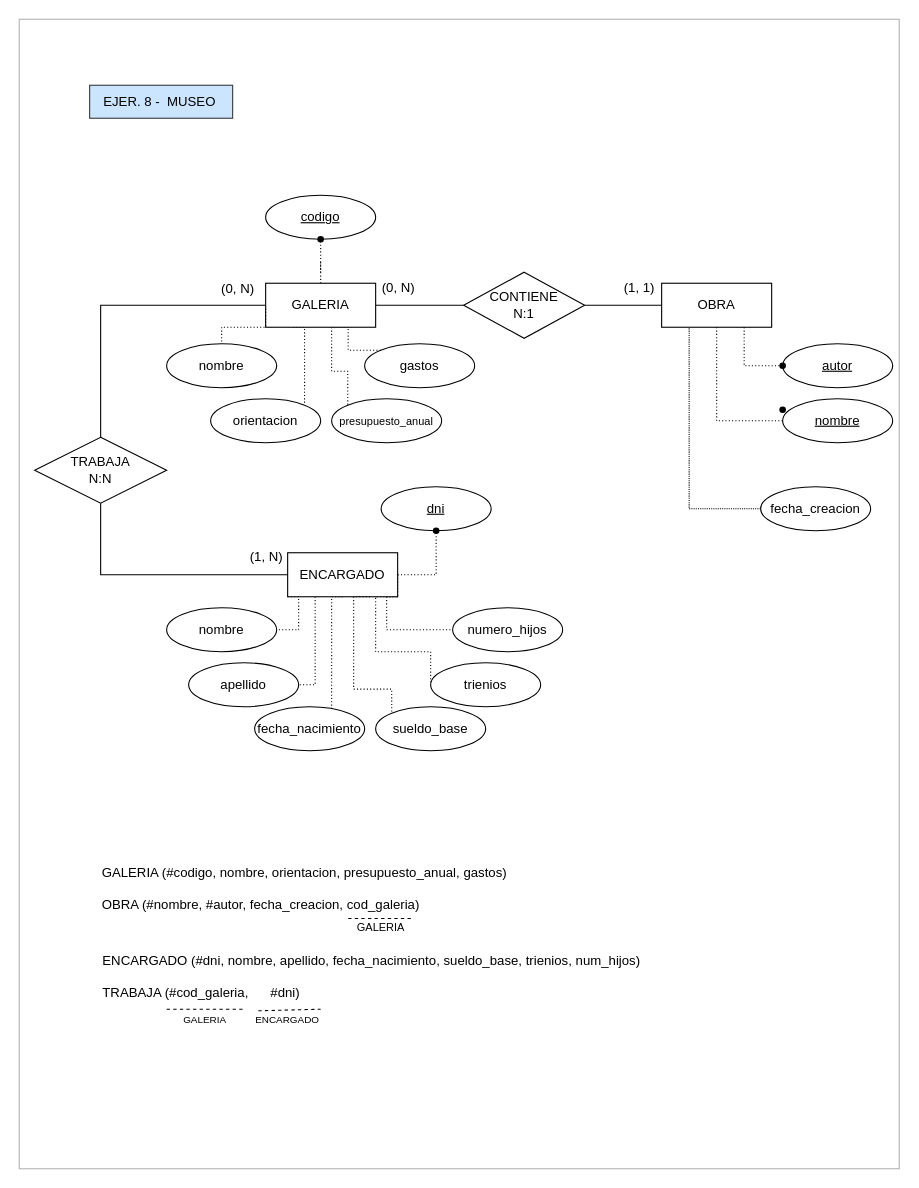
Earlier version of the draw.io diagram ejer8_museo_code.drawio (mdrp93/BASE-DE-DATOS). Source tidied: cells renumbered, new cells numbered last; positions are measured from the earlier drawing's top-left corner, leaving out a move shared by most shapes. Both pictures are drawn from the tidied source at 110%, with x=0, y=0 at pixel (19, 19).
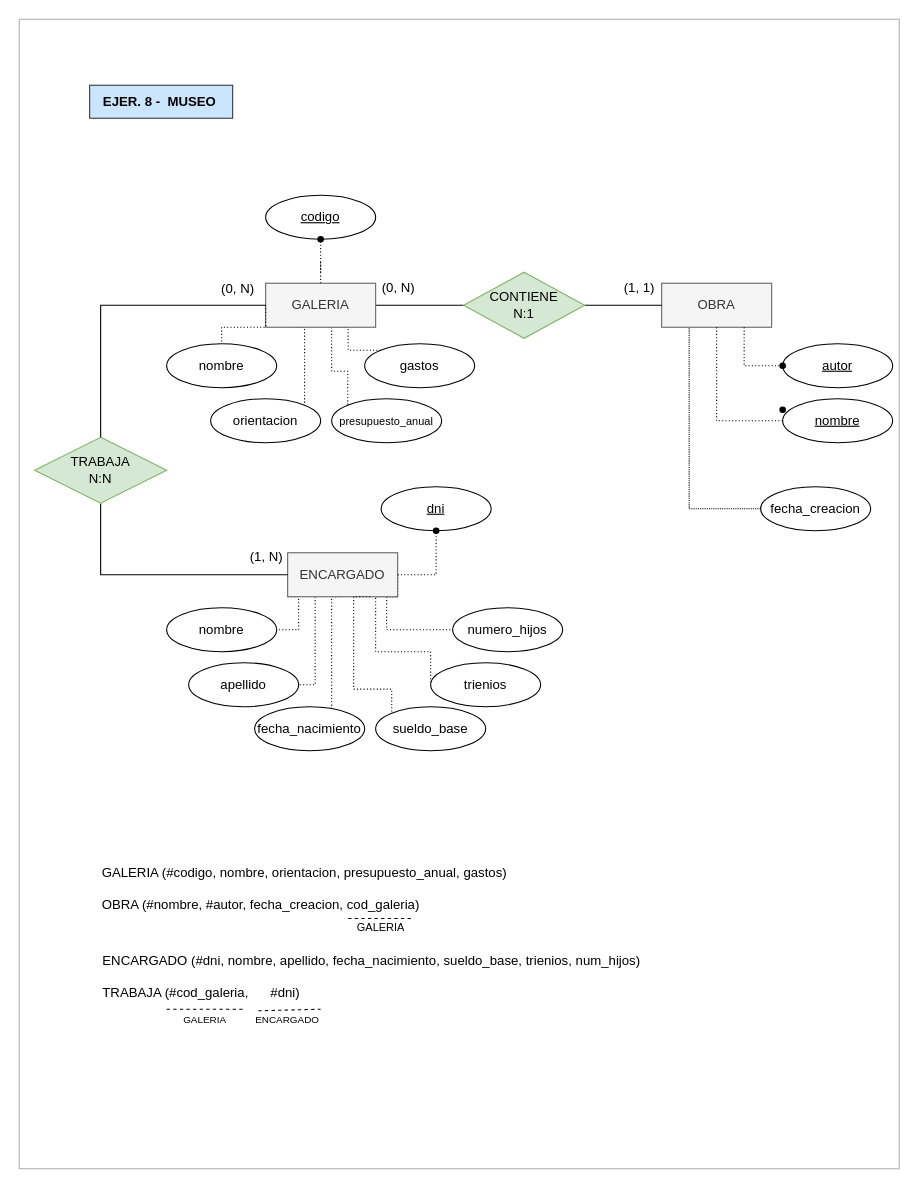
The same page after the edit.

The edit, as a diff of the source:
```diff
@@
-    <mxCell id="8" value="ENCARGADO" style="whiteSpace=wrap;html=1;align=center;" parent="1" vertex="1">
+    <mxCell id="8" value="ENCARGADO" style="whiteSpace=wrap;html=1;align=center;fillColor=#f5f5f5;fontColor=#333333;strokeColor=#666666;" parent="1" vertex="1">
       <mxGeometry x="244" y="485" width="100" height="40" as="geometry" />
     </mxCell>
-    <mxCell id="9" value="OBRA" style="whiteSpace=wrap;html=1;align=center;" parent="1" vertex="1">
+    <mxCell id="9" value="OBRA" style="whiteSpace=wrap;html=1;align=center;fillColor=#f5f5f5;fontColor=#333333;strokeColor=#666666;" parent="1" vertex="1">
       <mxGeometry x="584" y="240" width="100" height="40" as="geometry" />
     </mxCell>
@@
-    <mxCell id="14" value="GALERIA" style="whiteSpace=wrap;html=1;align=center;" parent="1" vertex="1">
+    <mxCell id="14" value="GALERIA" style="whiteSpace=wrap;html=1;align=center;fillColor=#f5f5f5;fontColor=#333333;strokeColor=#666666;" parent="1" vertex="1">
       <mxGeometry x="224" y="240" width="100" height="40" as="geometry" />
     </mxCell>
@@
-    <mxCell id="17" value="TRABAJA&lt;br&gt;N:N" style="shape=rhombus;perimeter=rhombusPerimeter;whiteSpace=wrap;html=1;align=center;" parent="1" vertex="1">
+    <mxCell id="17" value="TRABAJA&lt;br&gt;N:N" style="shape=rhombus;perimeter=rhombusPerimeter;whiteSpace=wrap;html=1;align=center;fillColor=#d5e8d4;strokeColor=#82b366;" parent="1" vertex="1">
       <mxGeometry x="14" y="380" width="120" height="60" as="geometry" />
     </mxCell>
@@
-    <mxCell id="19" value="CONTIENE&lt;br&gt;N:1" style="shape=rhombus;perimeter=rhombusPerimeter;whiteSpace=wrap;html=1;align=center;" parent="1" vertex="1">
+    <mxCell id="19" value="CONTIENE&lt;br&gt;N:1" style="shape=rhombus;perimeter=rhombusPerimeter;whiteSpace=wrap;html=1;align=center;fillColor=#d5e8d4;strokeColor=#82b366;" parent="1" vertex="1">
       <mxGeometry x="404" y="230" width="110" height="60" as="geometry" />
     </mxCell>
@@
-    <mxCell id="26" value="EJER. 8 -&amp;nbsp; MUSEO&amp;nbsp;" style="text;html=1;align=center;verticalAlign=middle;strokeColor=#36393d;fillColor=#cce5ff;" parent="1" vertex="1">
+    <mxCell id="26" value="EJER. 8 -&amp;nbsp; MUSEO&amp;nbsp;" style="text;html=1;align=center;verticalAlign=middle;strokeColor=#36393d;fillColor=#cce5ff;fontStyle=1;" parent="1" vertex="1">
       <mxGeometry x="64" y="60" width="130" height="30" as="geometry" />
     </mxCell>
```
